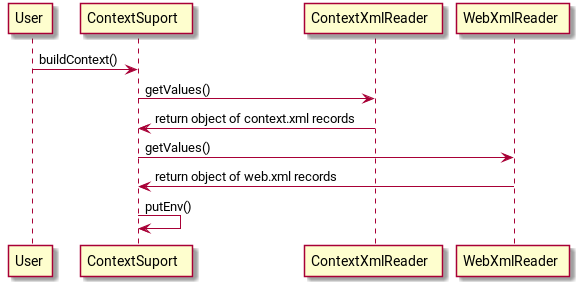
Earlier version of the PlantUML export docs/contextsequence.png (ilb/node_context). Its diagram source:
```plantuml
@startuml
User -> ContextSuport: buildContext()
ContextSuport -> ContextXmlReader: getValues()
ContextXmlReader -> ContextSuport: return object of context.xml records

ContextSuport -> WebXmlReader: getValues()
WebXmlReader -> ContextSuport: return object of web.xml records

ContextSuport -> ContextSuport: putEnv()
@enduml
```
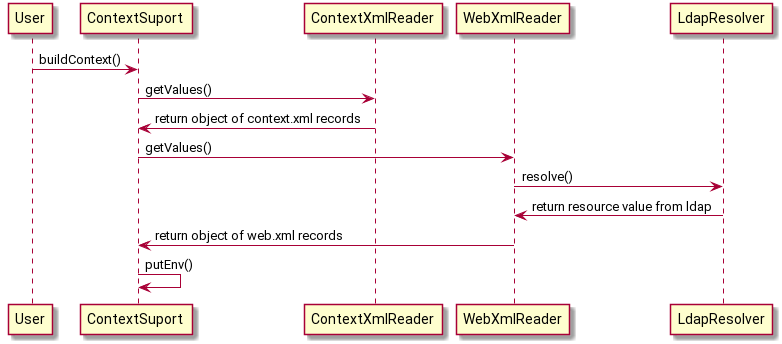
The same file after the commit.

Commit message:
Добавлен LdapResolver

What changed in the source:
```diff
@@ -4,6 +4,8 @@
 ContextXmlReader -> ContextSuport: return object of context.xml records
 
 ContextSuport -> WebXmlReader: getValues()
+WebXmlReader -> LdapResolver: resolve()
+LdapResolver -> WebXmlReader: return resource value from ldap
 WebXmlReader -> ContextSuport: return object of web.xml records
 
 ContextSuport -> ContextSuport: putEnv()
```
